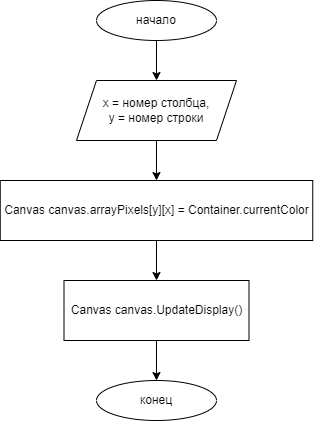
Above: Docs/Блок-схемы/карандаш-блок-схема.png in Tetro7/PixLab (draw.io), before the change. Source tidied: cells renumbered, new cells last; positions are measured from the earlier drawing's top-left corner, leaving out a move shared by most shapes. The source it was exported from:
```xml
<mxGraphModel>
  <root>
    <mxCell id="0" />
    <mxCell id="1" parent="0" />
    <mxCell id="2" style="edgeStyle=orthogonalEdgeStyle;rounded=0;jettySize=auto;html=1;exitX=0.5;exitY=1;exitDx=0;exitDy=0;entryX=0.5;entryY=0;entryDx=0;entryDy=0;" parent="1" edge="1" source="3" target="5">
      <mxGeometry relative="1" as="geometry" />
    </mxCell>
    <mxCell id="3" value="начало" style="ellipse;whiteSpace=wrap;html=1;" parent="1" vertex="1">
      <mxGeometry x="96" width="120" height="40" as="geometry" />
    </mxCell>
    <mxCell id="4" style="edgeStyle=orthogonalEdgeStyle;rounded=0;jettySize=auto;html=1;exitX=0.5;exitY=1;exitDx=0;exitDy=0;entryX=0.5;entryY=0;entryDx=0;entryDy=0;" parent="1" edge="1" source="5" target="7">
      <mxGeometry relative="1" as="geometry" />
    </mxCell>
    <mxCell id="5" value="x = номер столбца,&lt;br&gt;y = номер строки" style="shape=parallelogram;perimeter=parallelogramPerimeter;whiteSpace=wrap;html=1;fixedSize=1;" parent="1" vertex="1">
      <mxGeometry x="76" y="80" width="160" height="60" as="geometry" />
    </mxCell>
    <mxCell id="6" style="edgeStyle=orthogonalEdgeStyle;rounded=0;jettySize=auto;html=1;exitX=0.5;exitY=1;exitDx=0;exitDy=0;entryX=0.5;entryY=0;entryDx=0;entryDy=0;" parent="1" edge="1" source="7" target="9">
      <mxGeometry relative="1" as="geometry" />
    </mxCell>
    <mxCell id="7" value="Canvas canvas.arrayPixels[y][x] = Container.currentColor" style="rounded=0;whiteSpace=wrap;html=1;" parent="1" vertex="1">
      <mxGeometry x="-0.2" y="180" width="312.5" height="60" as="geometry" />
    </mxCell>
    <mxCell id="8" style="edgeStyle=orthogonalEdgeStyle;rounded=0;jettySize=auto;html=1;exitX=0.5;exitY=1;exitDx=0;exitDy=0;entryX=0.5;entryY=0;entryDx=0;entryDy=0;" parent="1" edge="1" source="9" target="10">
      <mxGeometry relative="1" as="geometry" />
    </mxCell>
    <mxCell id="9" value="&lt;span style=&quot;&quot;&gt;Canvas canvas.&lt;/span&gt;UpdateDisplay()" style="rounded=0;whiteSpace=wrap;html=1;" parent="1" vertex="1">
      <mxGeometry x="63.5" y="280" width="185" height="60" as="geometry" />
    </mxCell>
    <mxCell id="10" value="конец" style="ellipse;whiteSpace=wrap;html=1;" parent="1" vertex="1">
      <mxGeometry x="96" y="380" width="120" height="40" as="geometry" />
    </mxCell>
  </root>
</mxGraphModel>
```
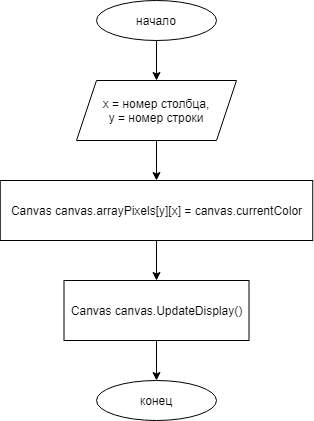
Above is the later version.

The edit, as a diff of the source:
```diff
@@ -17,7 +17,7 @@
     <mxCell id="6" style="edgeStyle=orthogonalEdgeStyle;rounded=0;jettySize=auto;html=1;exitX=0.5;exitY=1;exitDx=0;exitDy=0;entryX=0.5;entryY=0;entryDx=0;entryDy=0;" parent="1" edge="1" source="7" target="9">
       <mxGeometry relative="1" as="geometry" />
     </mxCell>
-    <mxCell id="7" value="Canvas canvas.arrayPixels[y][x] = Container.currentColor" style="rounded=0;whiteSpace=wrap;html=1;" parent="1" vertex="1">
+    <mxCell id="7" value="Canvas canvas.arrayPixels[y][x] = canvas.currentColor" style="rounded=0;whiteSpace=wrap;html=1;" parent="1" vertex="1">
       <mxGeometry x="-0.2" y="180" width="312.5" height="60" as="geometry" />
     </mxCell>
     <mxCell id="8" style="edgeStyle=orthogonalEdgeStyle;rounded=0;jettySize=auto;html=1;exitX=0.5;exitY=1;exitDx=0;exitDy=0;entryX=0.5;entryY=0;entryDx=0;entryDy=0;" parent="1" edge="1" source="9" target="10">
```
